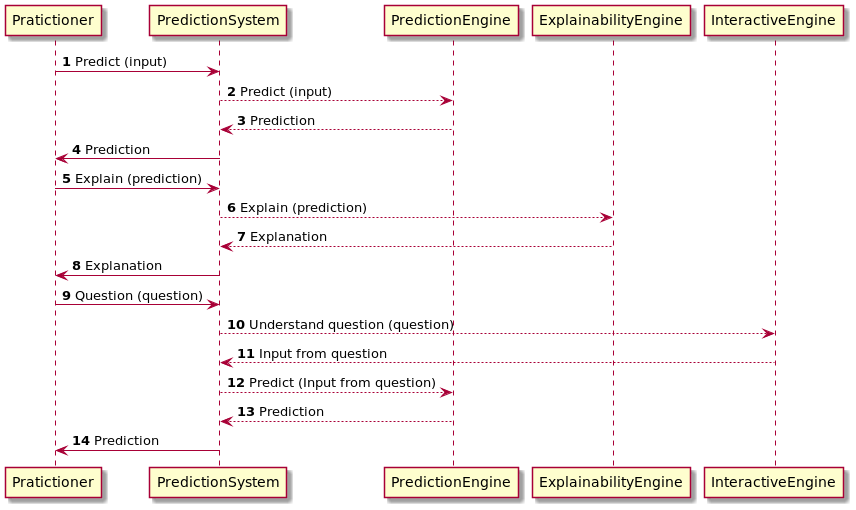
This is documentation/plantuml/SequenceView_NLStyle.png from gitgabrio/interactive-predictions, a PlantUML export, as it was before one commit.
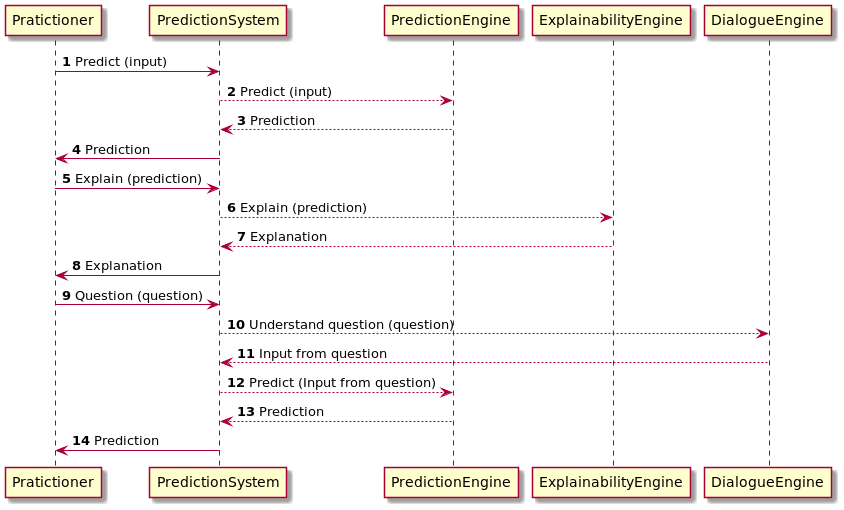
Later version of the same file.

Commit message:
Renamed "Interaction" with "Dialogue"

The edit, as a diff of the source:
```diff
@@ -13,8 +13,8 @@
 PredictionSystem -> Pratictioner: Explanation
 
 Pratictioner -> PredictionSystem: Question (question)
-PredictionSystem --> InteractiveEngine: Understand question (question)
-InteractiveEngine --> PredictionSystem: Input from question
+PredictionSystem --> DialogueEngine: Understand question (question)
+DialogueEngine --> PredictionSystem: Input from question
 PredictionSystem --> PredictionEngine: Predict (Input from question)
 PredictionEngine --> PredictionSystem: Prediction
 PredictionSystem -> Pratictioner: Prediction
```
